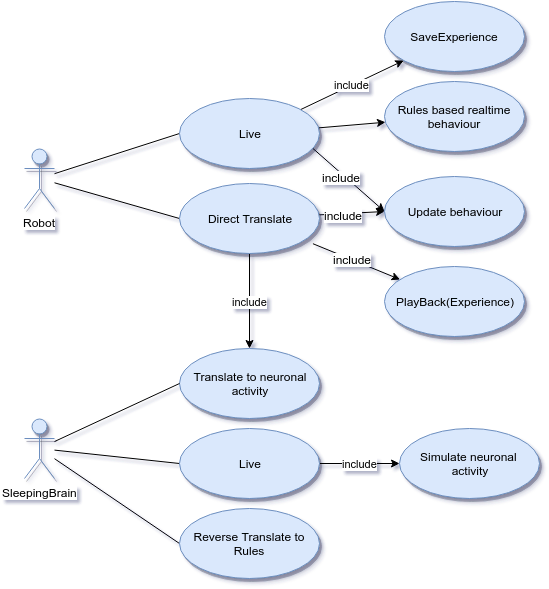
Before: doc/HLD_Use_cases.png, a diagram exported from draw.io (research-team/robot-dream). Source tidied: cells renumbered, new cells last; positions are measured from the earlier drawing's top-left corner, leaving out a move shared by most shapes.
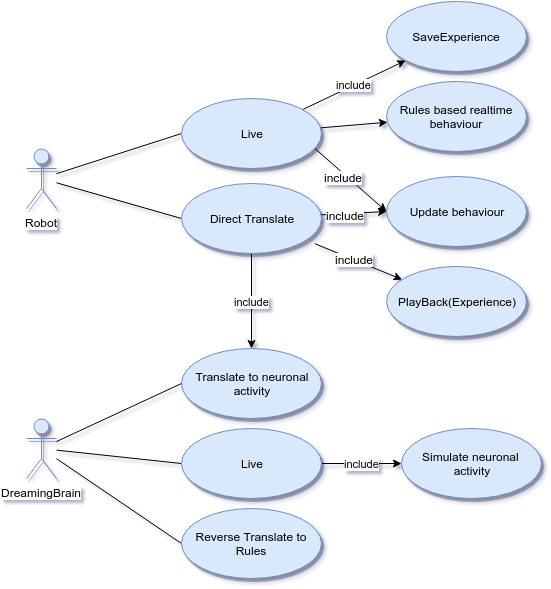
Above is the later version.

Commit message:
HLD: SleepingBrain->DreamingBrain

Diff of the diagram source:
```diff
@@ -72,7 +72,7 @@
     <mxCell id="23" style="edgeStyle=none;rounded=0;html=1;entryX=0;entryY=0.5;endArrow=none;endFill=0;jettySize=auto;" parent="1" edge="1" source="24" target="28">
       <mxGeometry relative="1" as="geometry" />
     </mxCell>
-    <mxCell id="24" value="SleepingBrain" style="shape=umlActor;verticalLabelPosition=bottom;labelBackgroundColor=#ffffff;verticalAlign=top;html=1;shadow=1;comic=0;fillColor=#dae8fc;strokeColor=#6c8ebf;" parent="1" vertex="1">
+    <mxCell id="24" value="DreamingBrain" style="shape=umlActor;verticalLabelPosition=bottom;labelBackgroundColor=#ffffff;verticalAlign=top;html=1;shadow=1;comic=0;fillColor=#dae8fc;strokeColor=#6c8ebf;" parent="1" vertex="1">
       <mxGeometry y="417" width="30" height="60" as="geometry" />
     </mxCell>
     <mxCell id="25" value="include" style="edgeStyle=none;rounded=0;html=1;endArrow=classic;endFill=1;jettySize=auto;" parent="1" edge="1" source="26" target="27">
```
